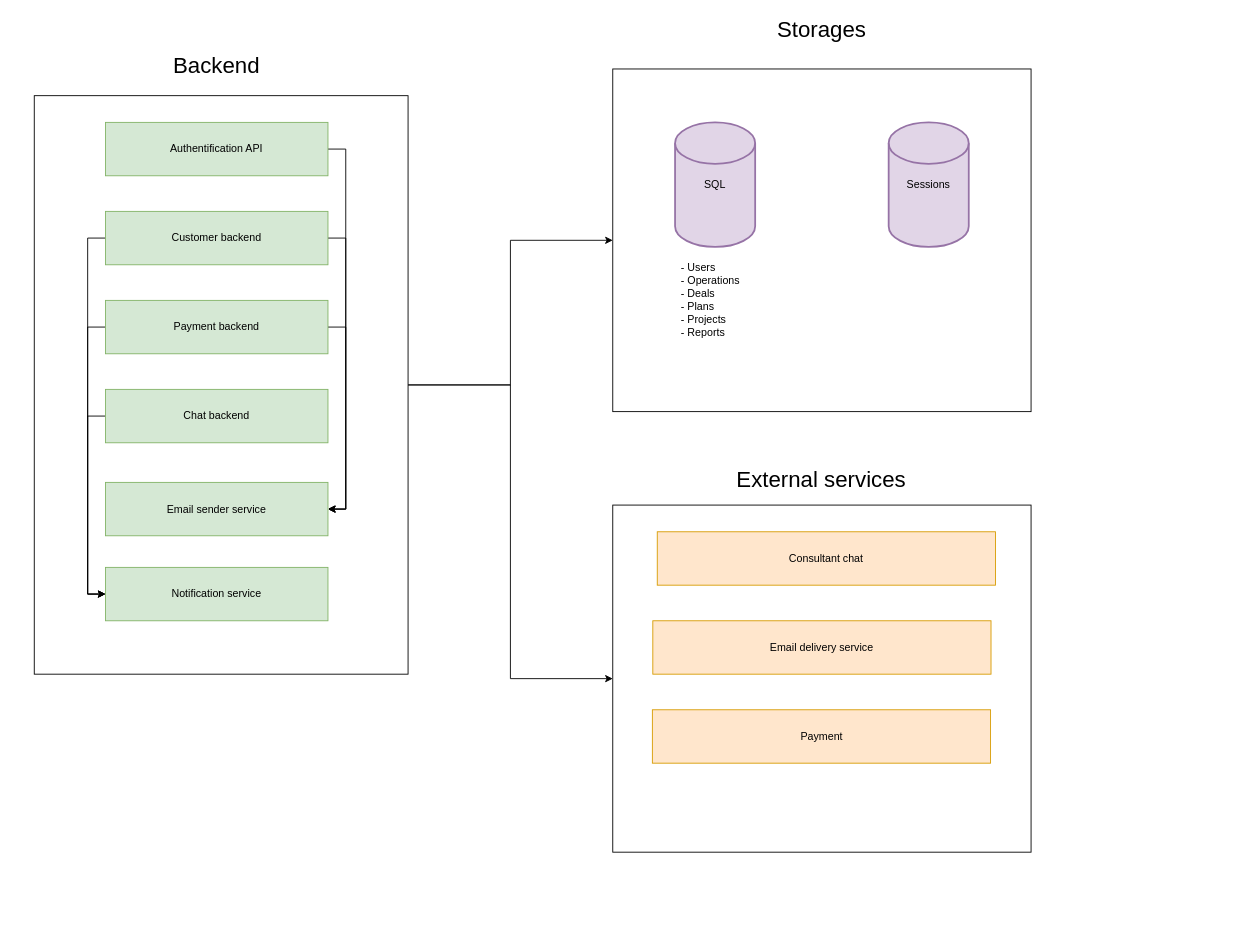
tlum1/CRMArchitecture keeps this draw.io diagram as Architect.drawio. Above is the earlier version. Source tidied: cells renumbered, new cells numbered last; positions are measured from the earlier drawing's top-left corner, leaving out a move shared by most shapes. Both pictures are drawn from the tidied source at 89%, with x=0, y=0 at pixel (34, 15).
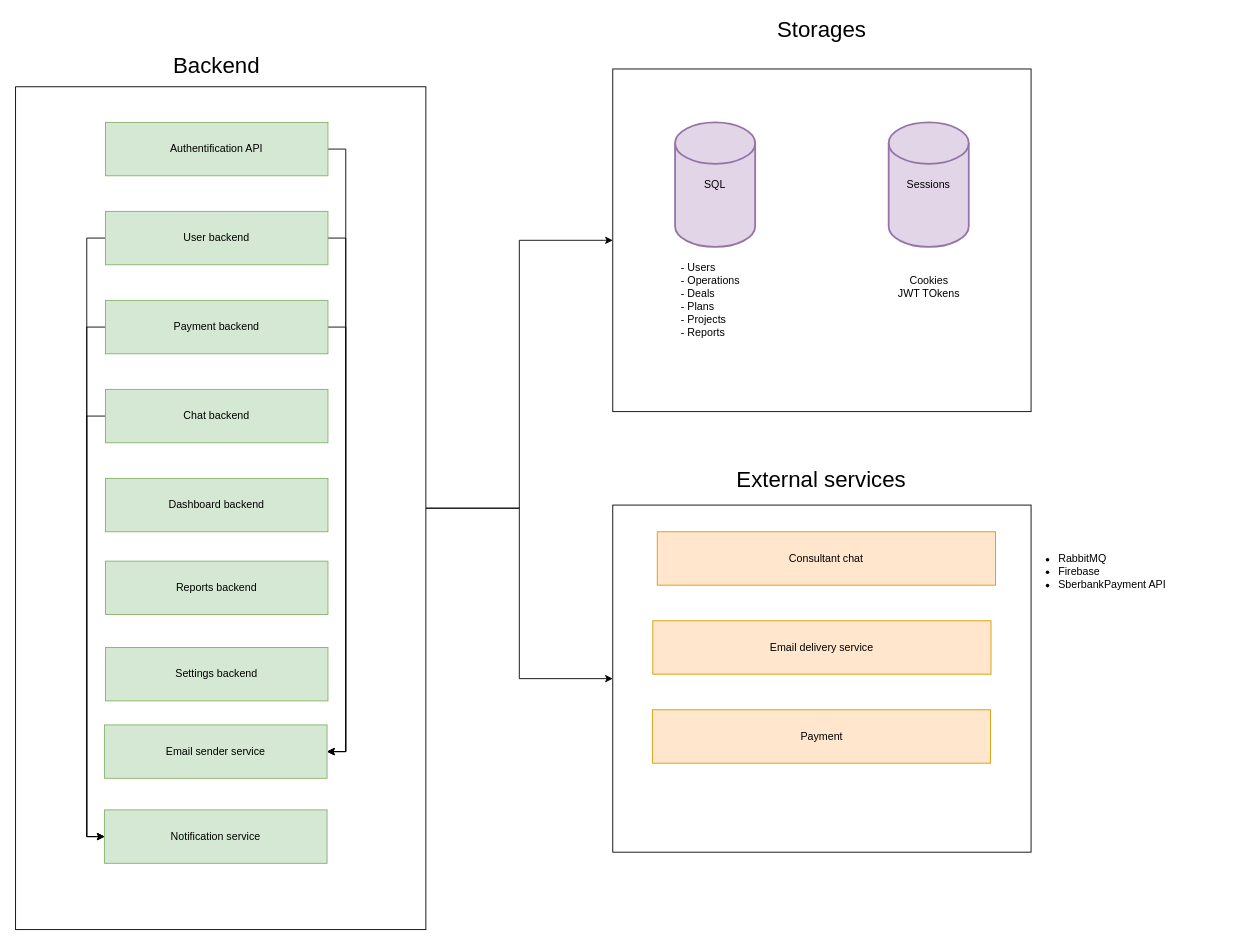
The same page after the edit.

What changed in the source:
```diff
@@
     <mxCell id="5" style="rounded=0;whiteSpace=wrap;html=1;" parent="1" vertex="1">
-      <mxGeometry y="90" width="420" height="650" as="geometry" />
+      <mxGeometry x="-21" y="80" width="461" height="947" as="geometry" />
     </mxCell>
@@
-    <mxCell id="10" value="Customer backend" style="rounded=0;whiteSpace=wrap;html=1;fillColor=#d5e8d4;strokeColor=#82b366;" parent="1" vertex="1">
+    <mxCell id="10" value="User backend" style="rounded=0;whiteSpace=wrap;html=1;fillColor=#d5e8d4;strokeColor=#82b366;" parent="1" vertex="1">
       <mxGeometry x="80" y="220" width="250" height="60" as="geometry" />
     </mxCell>
@@
     <mxCell id="16" value="Email sender service" style="rounded=0;whiteSpace=wrap;html=1;fillColor=#d5e8d4;strokeColor=#82b366;" parent="1" vertex="1">
-      <mxGeometry x="80" y="524.5" width="250" height="60" as="geometry" />
+      <mxGeometry x="79" y="797" width="250" height="60" as="geometry" />
     </mxCell>
     <mxCell id="17" value="Notification service" style="rounded=0;whiteSpace=wrap;html=1;fillColor=#d5e8d4;strokeColor=#82b366;" parent="1" vertex="1">
-      <mxGeometry x="80" y="620" width="250" height="60" as="geometry" />
+      <mxGeometry x="79" y="892.5" width="250" height="60" as="geometry" />
     </mxCell>
@@
+    <mxCell id="28" value="Dashboard backend" style="rounded=0;whiteSpace=wrap;html=1;fillColor=#d5e8d4;strokeColor=#82b366;" parent="1" vertex="1">
+      <mxGeometry x="80" y="520" width="250" height="60" as="geometry" />
+    </mxCell>
+    <mxCell id="29" value="Reports backend" style="rounded=0;whiteSpace=wrap;html=1;fillColor=#d5e8d4;strokeColor=#82b366;" parent="1" vertex="1">
+      <mxGeometry x="80" y="613" width="250" height="60" as="geometry" />
+    </mxCell>
+    <mxCell id="30" value="Cookies&lt;br&gt;JWT TOkens" style="text;html=1;strokeColor=none;fillColor=none;align=center;verticalAlign=middle;whiteSpace=wrap;rounded=0;" parent="1" vertex="1">
+      <mxGeometry x="958" y="290" width="95" height="30" as="geometry" />
+    </mxCell>
+    <mxCell id="31" value="Settings backend" style="rounded=0;whiteSpace=wrap;html=1;fillColor=#d5e8d4;strokeColor=#82b366;" parent="1" vertex="1">
+      <mxGeometry x="80" y="710" width="250" height="60" as="geometry" />
+    </mxCell>
+    <mxCell id="32" value="&lt;ul&gt;&lt;li&gt;RabbitMQ&amp;nbsp;&lt;/li&gt;&lt;li&gt;Firebase&lt;/li&gt;&lt;li&gt;SberbankPayment API&lt;/li&gt;&lt;/ul&gt;" style="text;html=1;strokeColor=none;fillColor=none;align=left;verticalAlign=middle;whiteSpace=wrap;rounded=0;" parent="1" vertex="1">
+      <mxGeometry x="1109" y="550" width="230" height="150" as="geometry" />
+    </mxCell>
```
